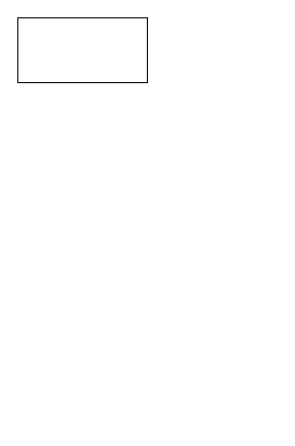
Before: Untitled Diagram.drawio in Auvili/ProjectRPG, a draw.io diagram. Source tidied: cells renumbered, new cells numbered last; positions are measured from the earlier drawing's top-left corner, leaving out a move shared by most shapes. Both pictures are drawn from the tidied source at 108%, with x=0, y=0 at pixel (17, 17).
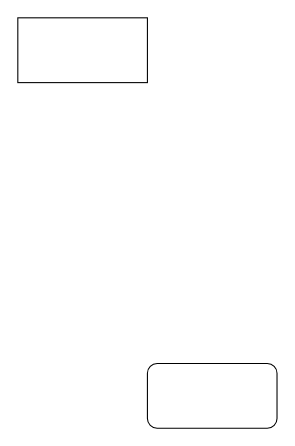
Above is the later version.

Commit message (it also covers changes not shown here):
added box for testing

What changed in the source:
```diff
@@
 <mxGraphModel>
   <root>
     <mxCell id="0" />
     <mxCell id="1" parent="0" />
     <mxCell id="2" style="rounded=0;whiteSpace=wrap;html=1;" parent="1" vertex="1">
       <mxGeometry width="120" height="60" as="geometry" />
     </mxCell>
+    <mxCell id="3" style="rounded=1;whiteSpace=wrap;html=1;" parent="1" vertex="1">
+      <mxGeometry x="120" y="320" width="120" height="60" as="geometry" />
+    </mxCell>
   </root>
 </mxGraphModel>
```
